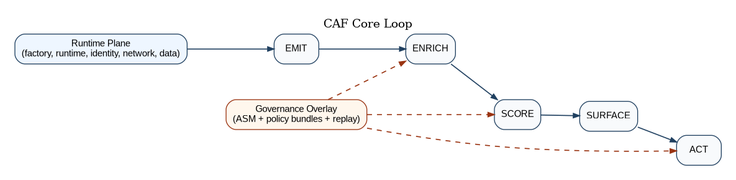
The Graphviz diagram papers/caf-ra/diagrams/caf_core_minimal.png in anboas/Whitepaper, before a commit. Its source is kept beside it as papers/caf-ra/diagrams-src/caf_core_minimal.dot. The source it was exported from:
```dot
digraph CAFCore {
  rankdir=LR;
  graph [bgcolor="white", pad="0.25", nodesep="0.55", ranksep="0.65", labelloc="t", label="CAF Core Loop"];
  node [shape=box, style="rounded,filled", fillcolor="#F8FAFC", color="#204060", fontname="Arial", fontsize=11];
  edge [color="#204060", arrowsize=0.75, penwidth=1.25];

  Runtime [label="Runtime Plane\n(factory, runtime, identity, network, data)", fillcolor="#EEF6FF"];
  Emit [label="EMIT"];
  Enrich [label="ENRICH"];
  Score [label="SCORE"];
  Surface [label="SURFACE"];
  Act [label="ACT"];
  Governance [label="Governance Overlay\n(ASM + policy bundles + replay)", fillcolor="#FFF7ED", color="#9A3412"];

  Runtime -> Emit;
  Emit -> Enrich -> Score -> Surface -> Act;

  Governance -> Enrich [style=dashed, color="#9A3412"];
  Governance -> Score [style=dashed, color="#9A3412"];
  Governance -> Act [style=dashed, color="#9A3412"];
}
```
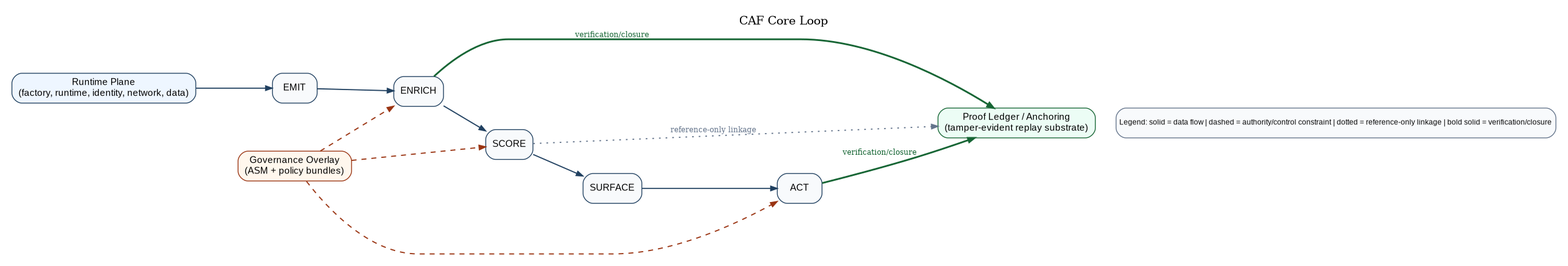
After the change.

The edit, as a diff of the source:
```diff
@@ -1,8 +1,16 @@
 digraph CAFCore {
   rankdir=LR;
-  graph [bgcolor="white", pad="0.25", nodesep="0.55", ranksep="0.65", labelloc="t", label="CAF Core Loop"];
-  node [shape=box, style="rounded,filled", fillcolor="#F8FAFC", color="#204060", fontname="Arial", fontsize=11];
-  edge [color="#204060", arrowsize=0.75, penwidth=1.25];
+  graph [
+    bgcolor="white",
+    pad="0.20",
+    nodesep="0.55",
+    ranksep="0.70",
+    labelloc="t",
+    label="CAF Core Loop"
+  ];
+
+  node [shape=box, style="rounded,filled", fillcolor="#F8FAFC", color="#204060", fontname="Arial", fontsize=11.5];
+  edge [color="#204060", arrowsize=0.78, penwidth=1.35];
 
   Runtime [label="Runtime Plane\n(factory, runtime, identity, network, data)", fillcolor="#EEF6FF"];
   Emit [label="EMIT"];
@@ -10,12 +18,32 @@
   Score [label="SCORE"];
   Surface [label="SURFACE"];
   Act [label="ACT"];
-  Governance [label="Governance Overlay\n(ASM + policy bundles + replay)", fillcolor="#FFF7ED", color="#9A3412"];
+
+  Governance [label="Governance Overlay\n(ASM + policy bundles)", fillcolor="#FFF7ED", color="#9A3412"];
+  Ledger [label="Proof Ledger / Anchoring\n(tamper-evident replay substrate)", fillcolor="#ECFDF5", color="#166534"];
 
   Runtime -> Emit;
   Emit -> Enrich -> Score -> Surface -> Act;
 
-  Governance -> Enrich [style=dashed, color="#9A3412"];
-  Governance -> Score [style=dashed, color="#9A3412"];
-  Governance -> Act [style=dashed, color="#9A3412"];
+  Governance -> Enrich [style=dashed, color="#9A3412", penwidth=1.35];
+  Governance -> Score [style=dashed, color="#9A3412", penwidth=1.35];
+  Governance -> Act [style=dashed, color="#9A3412", penwidth=1.35];
+
+  Enrich -> Ledger [style=bold, color="#166534", penwidth=2.1, label="verification/closure", fontsize=9.2, fontcolor="#166534"];
+  Act -> Ledger [style=bold, color="#166534", penwidth=2.1, label="verification/closure", fontsize=9.2, fontcolor="#166534"];
+  Score -> Ledger [style=dotted, color="#64748B", label="reference-only linkage", fontsize=9.0, fontcolor="#64748B"];
+
+  Legend [
+    shape=box,
+    style="rounded,filled",
+    fillcolor="#F8FAFC",
+    color="#64748B",
+    fontname="Arial",
+    fontsize=8.8,
+    margin="0.06,0.05",
+    label="Legend: solid = data flow | dashed = authority/control constraint | dotted = reference-only linkage | bold solid = verification/closure"
+  ];
+
+  { rank=sink; Legend; }
+  Ledger -> Legend [style=invis, weight=0.01, constraint=false];
 }
```
